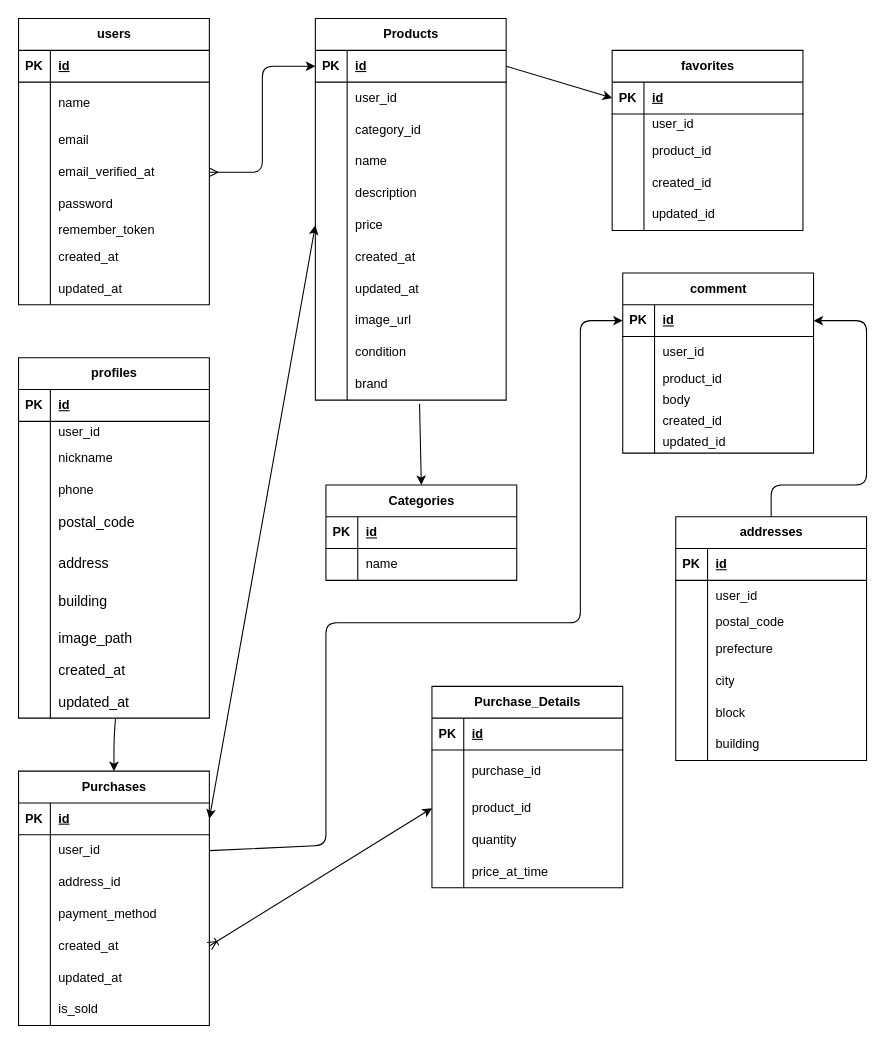
hisashi-mamada/FreeMarketApp- keeps this draw.io diagram as er-diagram.drawio. Above is the earlier version. Source tidied: cells renumbered, new cells numbered last; positions are measured from the earlier drawing's top-left corner, leaving out a move shared by most shapes. Both pictures are drawn from the tidied source at 106%, with x=0, y=0 at pixel (18, 18).
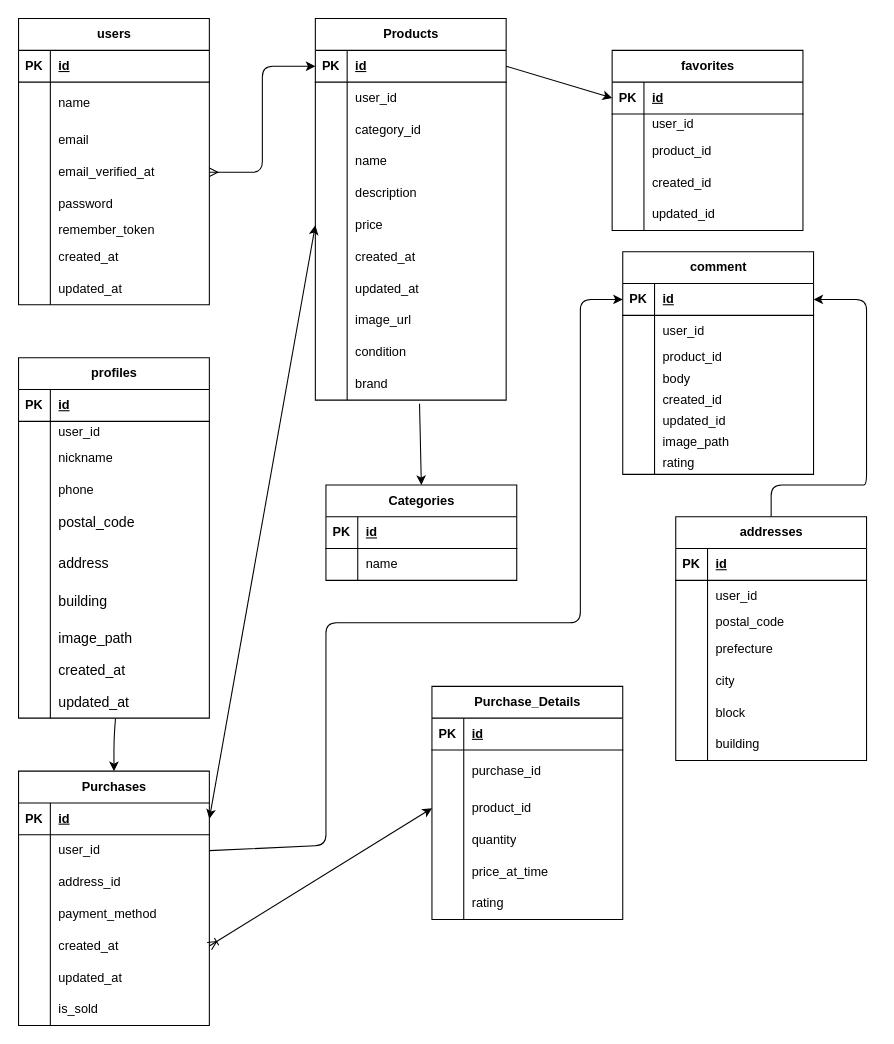
Above is the later version.

Unchanged cells that the change refers to:
```xml
<mxCell id="31" style="shape=tableRow;horizontal=0;startSize=0;swimlaneHead=0;swimlaneBody=0;fillColor=none;points=[[0,0.5],[1,0.5]];portConstraint=eastwest;top=0;left=0;right=0;bottom=0;" parent="27" vertex="1">
  <mxGeometry y="60" width="180" height="30" as="geometry" />
</mxCell>
<mxCell id="139" value="addresses" style="shape=table;startSize=30;childLayout=tableLayout;rowLines=0;fontStyle=1;align=center;html=1;" parent="1" vertex="1">
  <mxGeometry x="620" y="470" width="180" height="230" as="geometry" />
</mxCell>
<mxCell id="162" style="shape=tableRow;horizontal=0;startSize=0;swimlaneHead=0;swimlaneBody=0;fillColor=none;points=[[0,0.5],[1,0.5]];portConstraint=eastwest;top=0;left=0;right=0;bottom=1;" parent="161" vertex="1">
  <mxGeometry y="30" width="180" height="30" as="geometry" />
</mxCell>
```

Diff of the diagram source:
```diff
@@
     <mxCell id="84" value="Purchase_Details" style="shape=table;startSize=30;childLayout=tableLayout;rowLines=0;fontStyle=1;align=center;html=1;" parent="1" vertex="1">
-      <mxGeometry x="390" y="630" width="180" height="190" as="geometry" />
+      <mxGeometry x="390" y="630" width="180" height="220" as="geometry" />
     </mxCell>
@@
+    <mxCell id="202" style="shape=tableRow;horizontal=0;startSize=0;swimlaneHead=0;swimlaneBody=0;fillColor=none;top=0;left=0;right=0;bottom=0;" parent="84" vertex="1">
+      <mxGeometry y="190" width="180" height="30" as="geometry" />
+    </mxCell>
+    <mxCell id="203" style="shape=partialRectangle;fillColor=none;top=0;left=0;bottom=0;right=0;overflow=hidden;whiteSpace=wrap;html=1;" parent="202" vertex="1">
+      <mxGeometry width="30" height="30" as="geometry" />
+    </mxCell>
+    <mxCell id="204" value="rating" style="shape=partialRectangle;fillColor=none;top=0;left=0;bottom=0;right=0;align=left;spacingLeft=6;overflow=hidden;whiteSpace=wrap;html=1;" parent="202" vertex="1">
+      <mxGeometry x="30" width="150" height="30" as="geometry" />
+    </mxCell>
@@
     <mxCell id="161" value="comment" style="shape=table;startSize=30;childLayout=tableLayout;rowLines=0;fontStyle=1;align=center;html=1;" parent="1" vertex="1">
-      <mxGeometry x="570" y="240" width="180" height="170" as="geometry" />
+      <mxGeometry x="570" y="220" width="180" height="210" as="geometry" />
     </mxCell>
@@
+    <mxCell id="205" style="shape=tableRow;horizontal=0;startSize=0;swimlaneHead=0;swimlaneBody=0;fillColor=none;top=0;left=0;right=0;bottom=0;" parent="161" vertex="1">
+      <mxGeometry y="170" width="180" height="20" as="geometry" />
+    </mxCell>
+    <mxCell id="206" style="shape=partialRectangle;fillColor=none;top=0;left=0;bottom=0;right=0;overflow=hidden;whiteSpace=wrap;html=1;" parent="205" vertex="1">
+      <mxGeometry width="30" height="20" as="geometry" />
+    </mxCell>
+    <mxCell id="207" value="image_path" style="shape=partialRectangle;fillColor=none;top=0;left=0;bottom=0;right=0;align=left;spacingLeft=6;overflow=hidden;whiteSpace=wrap;html=1;" parent="205" vertex="1">
+      <mxGeometry x="30" width="150" height="20" as="geometry" />
+    </mxCell>
+    <mxCell id="208" style="shape=tableRow;horizontal=0;startSize=0;swimlaneHead=0;swimlaneBody=0;fillColor=none;top=0;left=0;right=0;bottom=0;" parent="161" vertex="1">
+      <mxGeometry y="190" width="180" height="20" as="geometry" />
+    </mxCell>
+    <mxCell id="209" style="shape=partialRectangle;fillColor=none;top=0;left=0;bottom=0;right=0;overflow=hidden;whiteSpace=wrap;html=1;" parent="208" vertex="1">
+      <mxGeometry width="30" height="20" as="geometry" />
+    </mxCell>
+    <mxCell id="210" value="rating" style="shape=partialRectangle;fillColor=none;top=0;left=0;bottom=0;right=0;align=left;spacingLeft=6;overflow=hidden;whiteSpace=wrap;html=1;" parent="208" vertex="1">
+      <mxGeometry x="30" width="150" height="20" as="geometry" />
+    </mxCell>
@@
     <mxCell id="198" style="edgeStyle=none;html=1;exitX=0.5;exitY=0;exitDx=0;exitDy=0;entryX=1;entryY=0.5;entryDx=0;entryDy=0;" parent="1" edge="1" source="139" target="162">
       <mxGeometry relative="1" as="geometry">
         <Array as="points">
           <mxPoint x="710" y="440" />
+          <mxPoint x="790" y="440" />
           <mxPoint x="800" y="440" />
           <mxPoint x="800" y="390" />
-          <mxPoint x="800" y="285" />
+          <mxPoint x="800" y="265" />
         </Array>
       </mxGeometry>
     </mxCell>
@@
     <mxCell id="201" style="edgeStyle=none;html=1;exitX=1;exitY=0.5;exitDx=0;exitDy=0;entryX=0;entryY=0.5;entryDx=0;entryDy=0;" parent="1" edge="1" source="31" target="162">
       <mxGeometry relative="1" as="geometry">
         <Array as="points">
           <mxPoint x="290" y="780" />
           <mxPoint x="290" y="570" />
           <mxPoint x="450" y="570" />
           <mxPoint x="530" y="570" />
           <mxPoint x="530" y="430" />
-          <mxPoint x="530" y="285" />
+          <mxPoint x="530" y="265" />
         </Array>
       </mxGeometry>
     </mxCell>
```
